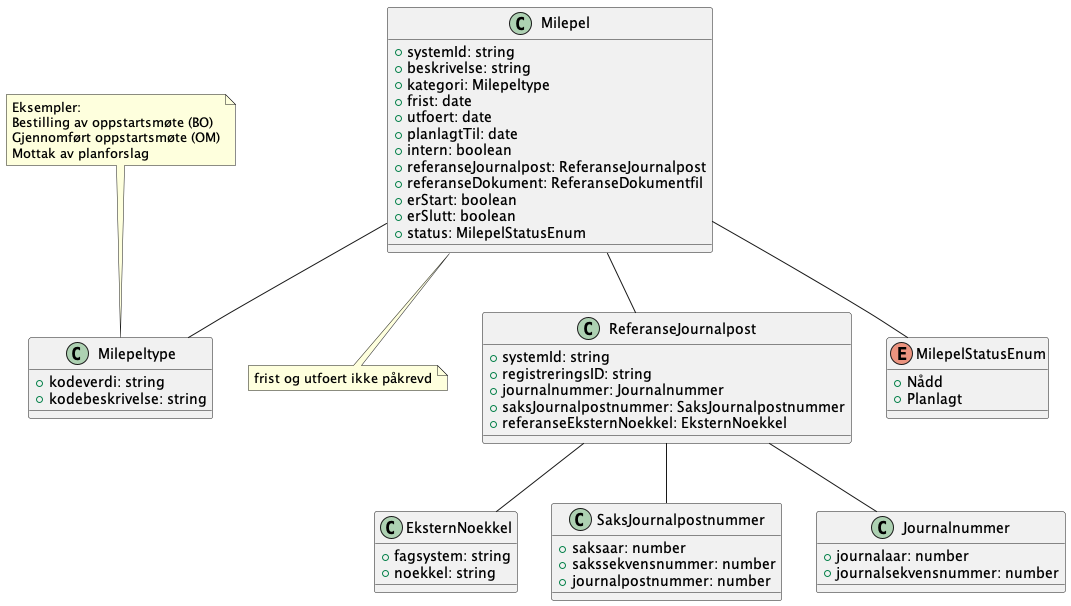
Before: Dokumentasjon/V1/ClassDiagrams/no.ks.fiks.saksfaser.v1.felles.milepel/classdiagram.png, a diagram exported from PlantUML (ks-no/fiks-saksfaser-specification).
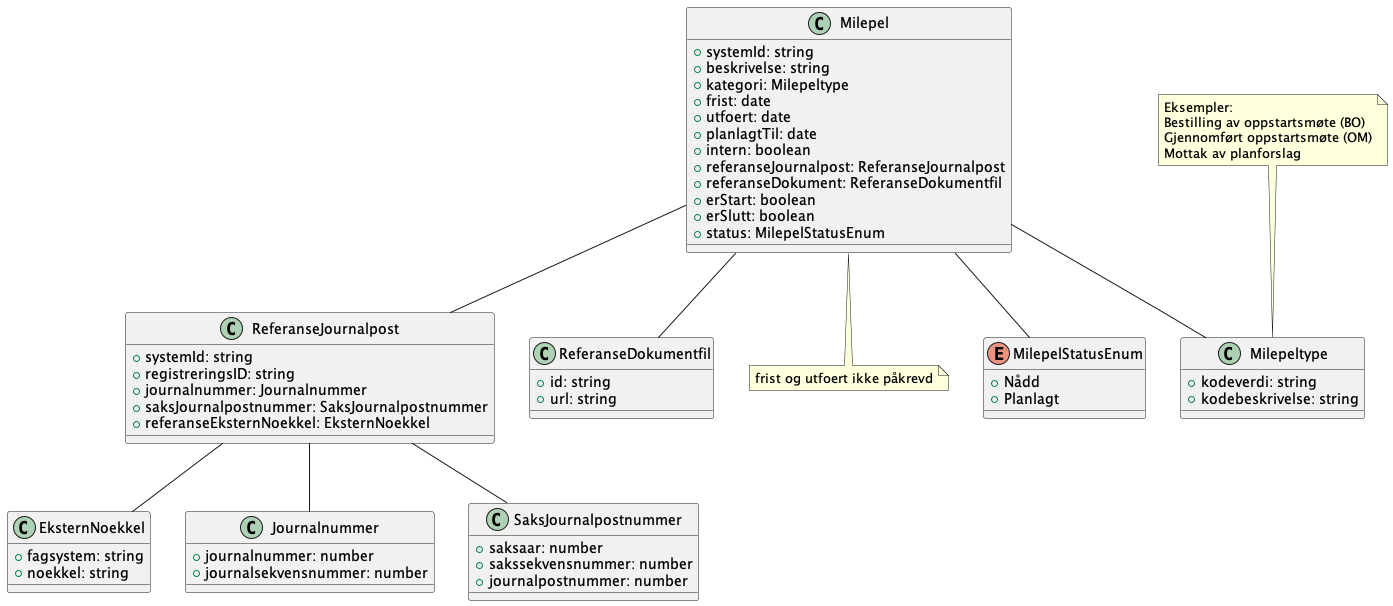
After the change.

The edit, as a diff of the source:
```diff
@@ -1,4 +1,10 @@
 @startuml
+!include ./../no.ks.fiks.saksfaser.v1.felles.eksternnoekkel/classdiagram.pu
+!include ./../no.ks.fiks.saksfaser.v1.felles.journalnummer/classdiagram.pu
+!include ./../no.ks.fiks.saksfaser.v1.felles.referansejournalpost/classdiagram.pu
+!include ./../no.ks.fiks.saksfaser.v1.felles.saksjournalpostnummer/classdiagram.pu
+!include ./../no.ks.fiks.saksfaser.v1.felles.referansedokumentfil/classdiagram.pu
+
 
 class Milepel {
     +systemId: string
@@ -28,13 +34,9 @@
 }
 
 Milepel -- ReferanseJournalpost
+Milepel -- ReferanseDokumentfil
 
-class ReferanseJournalpost {
-    +systemId: string
-    +registreringsID: string
-    +journalnummer: Journalnummer
-    +saksJournalpostnummer: SaksJournalpostnummer
-    +referanseEksternNoekkel: EksternNoekkel
+class ReferanseDokumentfil {
 }
 
 Milepel -- MilepelStatusEnum
@@ -42,22 +44,6 @@
 ReferanseJournalpost -- SaksJournalpostnummer
 ReferanseJournalpost -- Journalnummer
 
-class SaksJournalpostnummer {
-    +saksaar: number
-    +sakssekvensnummer: number
-    +journalpostnummer: number
-}
-
-class Journalnummer {
-    +journalaar: number
-    +journalsekvensnummer: number
-}
-
-class EksternNoekkel {
-    +fagsystem: string
-    +noekkel: string
-}
-
 enum MilepelStatusEnum {
     +Nådd
     +Planlagt
```
